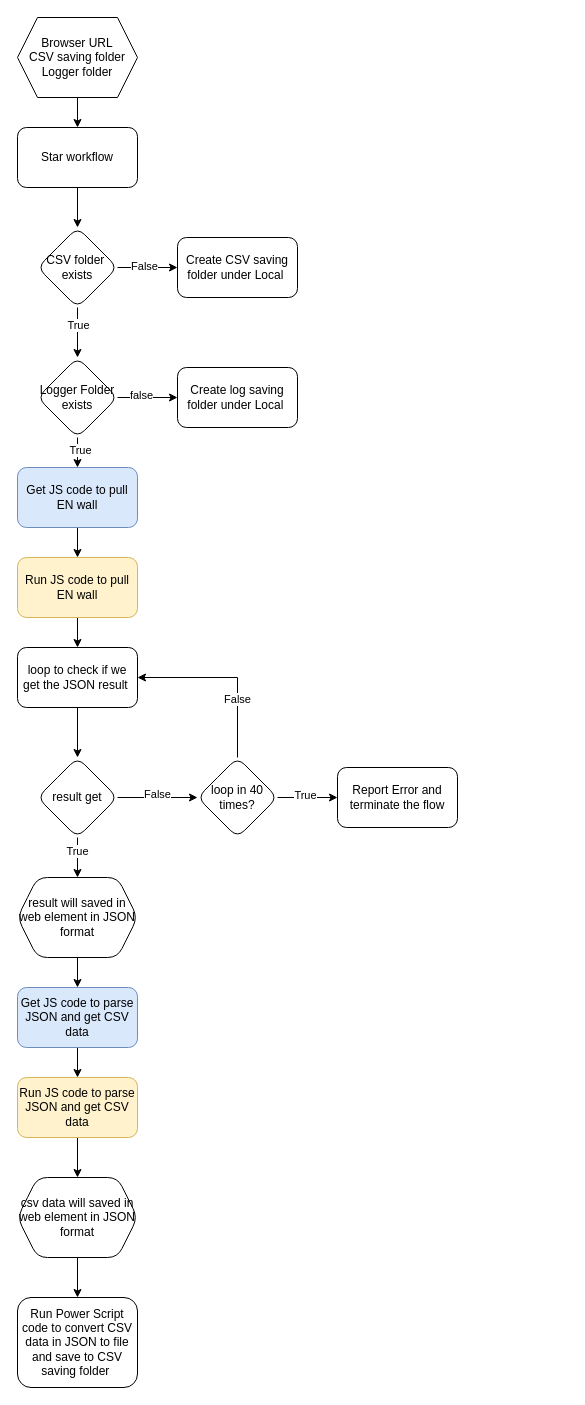
This is EN/data_extraction/prod/workflow.drawio from explorer2x/JS_EB, a draw.io file, before an edit. Source tidied: cells renumbered, new cells numbered last; positions are measured from the earlier drawing's top-left corner, leaving out a move shared by most shapes. Both pictures are drawn from the tidied source at 100%, with x=0, y=0 at pixel (17, 17).
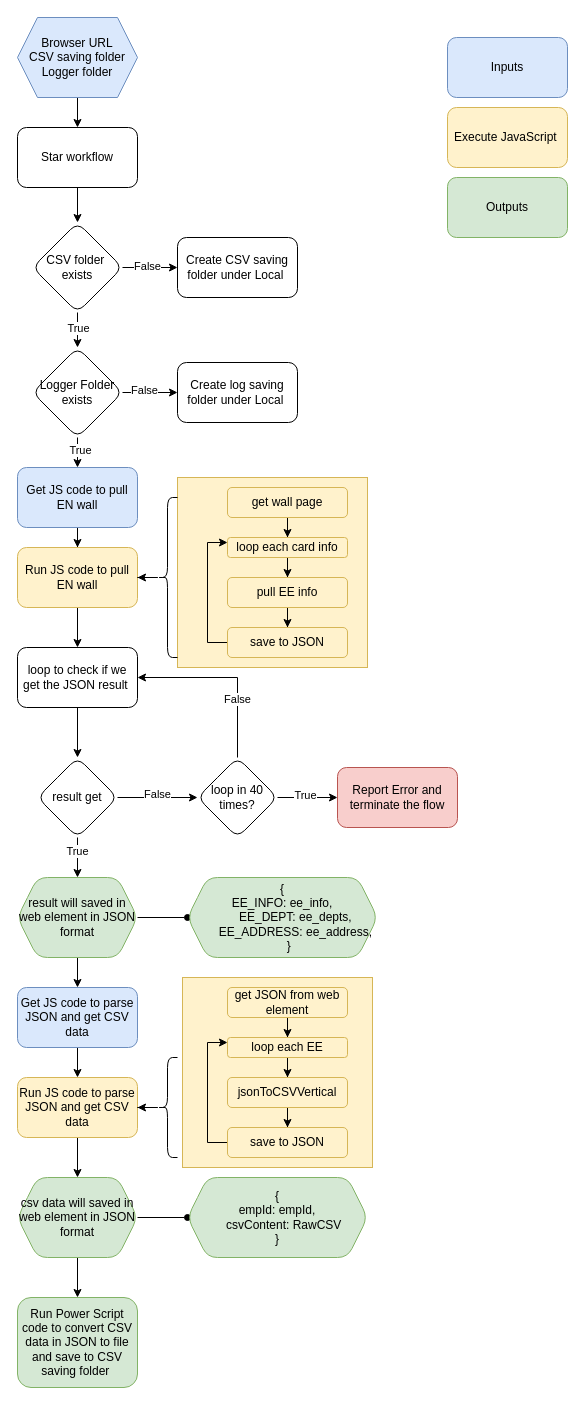
Above is the later version.

The change refers to these unchanged cells:
```xml
<mxCell id="12" style="edgeStyle=orthogonalEdgeStyle;rounded=0;jettySize=auto;html=1;" parent="1" edge="1" source="16" target="17">
  <mxGeometry relative="1" as="geometry" />
</mxCell>
<mxCell id="27" value="Run JS code to parse JSON and get CSV data" style="whiteSpace=wrap;html=1;rounded=1;fillColor=#fff2cc;strokeColor=#d6b656;" parent="1" vertex="1">
  <mxGeometry y="1060" width="120" height="60" as="geometry" />
</mxCell>
```

Diff of the diagram source:
```diff
@@
+    <mxCell id="44" value="&lt;div style=&quot;&quot;&gt;&lt;/div&gt;" style="rounded=0;whiteSpace=wrap;html=1;fillColor=#fff2cc;strokeColor=#d6b656;align=left;" parent="1" vertex="1">
+      <mxGeometry x="160" y="460" width="190" height="190" as="geometry" />
+    </mxCell>
@@
-    <mxCell id="5" value="Browser URL&lt;br&gt;CSV saving folder&lt;br&gt;Logger folder" style="shape=hexagon;perimeter=hexagonPerimeter2;whiteSpace=wrap;html=1;fixedSize=1;" parent="1" vertex="1">
+    <mxCell id="5" value="Browser URL&lt;br&gt;CSV saving folder&lt;br&gt;Logger folder" style="shape=hexagon;perimeter=hexagonPerimeter2;whiteSpace=wrap;html=1;fixedSize=1;fillColor=#dae8fc;strokeColor=#6c8ebf;" parent="1" vertex="1">
       <mxGeometry width="120" height="80" as="geometry" />
     </mxCell>
@@
     <mxCell id="10" value="CSV folder&amp;nbsp; exists" style="rhombus;whiteSpace=wrap;html=1;rounded=1;" parent="1" vertex="1">
-      <mxGeometry x="20" y="210" width="80" height="80" as="geometry" />
+      <mxGeometry x="15" y="205" width="90" height="90" as="geometry" />
     </mxCell>
@@
-    <mxCell id="13" value="false" style="edgeLabel;html=1;align=center;verticalAlign=middle;" parent="12" vertex="1">
+    <mxCell id="13" value="False" style="edgeLabel;html=1;align=center;verticalAlign=middle;" parent="12" vertex="1">
       <mxGeometry x="-0.23" y="3" relative="1" as="geometry" />
     </mxCell>
@@
     <mxCell id="16" value="Logger Folder exists" style="rhombus;whiteSpace=wrap;html=1;rounded=1;" parent="1" vertex="1">
-      <mxGeometry x="20" y="340" width="80" height="80" as="geometry" />
+      <mxGeometry x="15" y="330" width="90" height="90" as="geometry" />
     </mxCell>
     <mxCell id="17" value="Create log saving folder under Local&amp;nbsp;" style="whiteSpace=wrap;html=1;rounded=1;" parent="1" vertex="1">
-      <mxGeometry x="160" y="350" width="120" height="60" as="geometry" />
+      <mxGeometry x="160" y="345" width="120" height="60" as="geometry" />
     </mxCell>
@@
     <mxCell id="21" value="Run JS code to pull EN wall" style="whiteSpace=wrap;html=1;rounded=1;fillColor=#fff2cc;strokeColor=#d6b656;" parent="1" vertex="1">
-      <mxGeometry y="540" width="120" height="60" as="geometry" />
+      <mxGeometry y="530" width="120" height="60" as="geometry" />
     </mxCell>
@@
+    <mxCell id="45" style="rounded=0;jettySize=auto;html=1;endArrow=oval;endFill=1;" parent="1" edge="1" source="23" target="50">
+      <mxGeometry relative="1" as="geometry" />
+    </mxCell>
-    <mxCell id="23" value="result will saved in web element in JSON format" style="shape=hexagon;perimeter=hexagonPerimeter2;whiteSpace=wrap;html=1;fixedSize=1;rounded=1;" parent="1" vertex="1">
+    <mxCell id="23" value="result will saved in web element in JSON format" style="shape=hexagon;perimeter=hexagonPerimeter2;whiteSpace=wrap;html=1;fixedSize=1;rounded=1;fillColor=#d5e8d4;strokeColor=#82b366;" parent="1" vertex="1">
       <mxGeometry y="860" width="120" height="80" as="geometry" />
     </mxCell>
@@
+    <mxCell id="46" style="edgeStyle=orthogonalEdgeStyle;rounded=0;jettySize=auto;html=1;endArrow=oval;endFill=1;" parent="1" edge="1" source="29" target="51">
+      <mxGeometry relative="1" as="geometry" />
+    </mxCell>
-    <mxCell id="29" value="csv data will saved in web element in JSON format" style="shape=hexagon;perimeter=hexagonPerimeter2;whiteSpace=wrap;html=1;fixedSize=1;rounded=1;" parent="1" vertex="1">
+    <mxCell id="29" value="csv data will saved in web element in JSON format" style="shape=hexagon;perimeter=hexagonPerimeter2;whiteSpace=wrap;html=1;fixedSize=1;rounded=1;fillColor=#d5e8d4;strokeColor=#82b366;" parent="1" vertex="1">
       <mxGeometry y="1160" width="120" height="80" as="geometry" />
     </mxCell>
-    <mxCell id="30" value="Run Power Script code to convert CSV data in JSON to file and save to CSV saving folder&amp;nbsp;" style="whiteSpace=wrap;html=1;rounded=1;" parent="1" vertex="1">
+    <mxCell id="30" value="Run Power Script code to convert CSV data in JSON to file and save to CSV saving folder&amp;nbsp;" style="whiteSpace=wrap;html=1;rounded=1;fillColor=#d5e8d4;strokeColor=#82b366;" parent="1" vertex="1">
       <mxGeometry y="1280" width="120" height="90" as="geometry" />
     </mxCell>
@@
-    <mxCell id="43" value="Report Error and terminate the flow" style="whiteSpace=wrap;html=1;rounded=1;" parent="1" vertex="1">
+    <mxCell id="43" value="Report Error and terminate the flow" style="whiteSpace=wrap;html=1;rounded=1;fillColor=#f8cecc;strokeColor=#b85450;" parent="1" vertex="1">
       <mxGeometry x="320" y="750" width="120" height="60" as="geometry" />
     </mxCell>
+    <mxCell id="47" value="Inputs" style="rounded=1;whiteSpace=wrap;html=1;fillColor=#dae8fc;strokeColor=#6c8ebf;" parent="1" vertex="1">
+      <mxGeometry x="430" y="20" width="120" height="60" as="geometry" />
+    </mxCell>
+    <mxCell id="48" value="Execute JavaScript&amp;nbsp;" style="rounded=1;whiteSpace=wrap;html=1;fillColor=#fff2cc;strokeColor=#d6b656;" parent="1" vertex="1">
+      <mxGeometry x="430" y="90" width="120" height="60" as="geometry" />
+    </mxCell>
+    <mxCell id="49" value="Outputs" style="rounded=1;whiteSpace=wrap;html=1;fillColor=#d5e8d4;strokeColor=#82b366;" parent="1" vertex="1">
+      <mxGeometry x="430" y="160" width="120" height="60" as="geometry" />
+    </mxCell>
+    <mxCell id="50" value="&lt;div&gt;{&lt;/div&gt;&lt;div&gt;EE_INFO: ee_info,&lt;span style=&quot;&quot;&gt;&lt;/span&gt;&lt;/div&gt;&lt;div&gt;&lt;span style=&quot;&quot;&gt;&lt;span style=&quot;&quot;&gt;&lt;span style=&quot;white-space: pre;&quot;&gt;&amp;nbsp;&amp;nbsp;&amp;nbsp;&amp;nbsp;&lt;/span&gt;&lt;span style=&quot;white-space: pre;&quot;&gt;&amp;nbsp;&amp;nbsp;&amp;nbsp;&amp;nbsp;&lt;/span&gt;&lt;/span&gt;EE_DEPT: ee_depts,&lt;/span&gt;&lt;/div&gt;&lt;div&gt;&lt;span style=&quot;&quot;&gt;&lt;span style=&quot;&quot;&gt;&lt;span style=&quot;white-space: pre;&quot;&gt;&amp;nbsp;&amp;nbsp;&amp;nbsp;&amp;nbsp;&lt;/span&gt;&lt;span style=&quot;white-space: pre;&quot;&gt;&amp;nbsp;&amp;nbsp;&amp;nbsp;&amp;nbsp;&lt;/span&gt;&lt;/span&gt;EE_ADDRESS: ee_address,&lt;/span&gt;&lt;/div&gt;&lt;div&gt;&lt;span style=&quot;&quot;&gt;&lt;span style=&quot;&quot;&gt;&lt;span style=&quot;white-space: pre;&quot;&gt;&amp;nbsp;&amp;nbsp;&amp;nbsp;&amp;nbsp;&lt;/span&gt;&lt;/span&gt;}&lt;/span&gt;&lt;/div&gt;" style="shape=hexagon;perimeter=hexagonPerimeter2;whiteSpace=wrap;html=1;fixedSize=1;rounded=1;fillColor=#d5e8d4;strokeColor=#82b366;" parent="1" vertex="1">
+      <mxGeometry x="170" y="860" width="190" height="80" as="geometry" />
+    </mxCell>
+    <mxCell id="51" value="&lt;div&gt;{&lt;/div&gt;&lt;div&gt;empId: empId,&lt;span style=&quot;&quot;&gt;&lt;/span&gt;&lt;/div&gt;&lt;div&gt;&lt;span style=&quot;&quot;&gt;&lt;span style=&quot;&quot;&gt;&lt;span style=&quot;white-space: pre;&quot;&gt;&amp;nbsp;&amp;nbsp;&amp;nbsp;&amp;nbsp;&lt;/span&gt;&lt;/span&gt;csvContent: RawCSV&lt;/span&gt;&lt;/div&gt;&lt;div&gt;}&lt;/div&gt;" style="shape=hexagon;perimeter=hexagonPerimeter2;whiteSpace=wrap;html=1;fixedSize=1;rounded=1;fillColor=#d5e8d4;strokeColor=#82b366;" parent="1" vertex="1">
+      <mxGeometry x="170" y="1160" width="180" height="80" as="geometry" />
+    </mxCell>
+    <mxCell id="52" style="edgeStyle=orthogonalEdgeStyle;rounded=0;jettySize=auto;html=1;" parent="1" edge="1" source="53" target="55">
+      <mxGeometry relative="1" as="geometry" />
+    </mxCell>
+    <mxCell id="53" value="get wall page" style="whiteSpace=wrap;html=1;fillColor=#fff2cc;strokeColor=#d6b656;rounded=1;" parent="1" vertex="1">
+      <mxGeometry x="210" y="470" width="120" height="30" as="geometry" />
+    </mxCell>
+    <mxCell id="54" style="edgeStyle=orthogonalEdgeStyle;rounded=0;jettySize=auto;html=1;" parent="1" edge="1" source="55" target="57">
+      <mxGeometry relative="1" as="geometry" />
+    </mxCell>
+    <mxCell id="55" value="loop each card info" style="whiteSpace=wrap;html=1;fillColor=#fff2cc;strokeColor=#d6b656;rounded=1;" parent="1" vertex="1">
+      <mxGeometry x="210" y="520" width="120" height="20" as="geometry" />
+    </mxCell>
+    <mxCell id="56" style="edgeStyle=orthogonalEdgeStyle;rounded=0;jettySize=auto;html=1;" parent="1" edge="1" source="57" target="59">
+      <mxGeometry relative="1" as="geometry" />
+    </mxCell>
+    <mxCell id="57" value="pull EE info" style="whiteSpace=wrap;html=1;fillColor=#fff2cc;strokeColor=#d6b656;rounded=1;" parent="1" vertex="1">
+      <mxGeometry x="210" y="560" width="120" height="30" as="geometry" />
+    </mxCell>
+    <mxCell id="58" style="edgeStyle=orthogonalEdgeStyle;rounded=0;jettySize=auto;html=1;entryX=0;entryY=0.25;entryDx=0;entryDy=0;" parent="1" edge="1" source="59" target="55">
+      <mxGeometry relative="1" as="geometry">
+        <Array as="points">
+          <mxPoint x="190" y="625" />
+          <mxPoint x="190" y="525" />
+        </Array>
+      </mxGeometry>
+    </mxCell>
+    <mxCell id="59" value="save to JSON" style="whiteSpace=wrap;html=1;fillColor=#fff2cc;strokeColor=#d6b656;rounded=1;" parent="1" vertex="1">
+      <mxGeometry x="210" y="610" width="120" height="30" as="geometry" />
+    </mxCell>
+    <mxCell id="60" style="edgeStyle=orthogonalEdgeStyle;rounded=0;jettySize=auto;html=1;" parent="1" edge="1" source="61" target="21">
+      <mxGeometry relative="1" as="geometry" />
+    </mxCell>
+    <mxCell id="61" style="shape=curlyBracket;whiteSpace=wrap;html=1;rounded=1;labelPosition=left;verticalLabelPosition=middle;align=right;verticalAlign=middle;" parent="1" vertex="1">
+      <mxGeometry x="140" y="480" width="20" height="160" as="geometry" />
+    </mxCell>
+    <mxCell id="62" style="rounded=0;whiteSpace=wrap;html=1;fillColor=#fff2cc;strokeColor=#d6b656;" parent="1" vertex="1">
+      <mxGeometry x="165" y="960" width="190" height="190" as="geometry" />
+    </mxCell>
+    <mxCell id="63" style="edgeStyle=orthogonalEdgeStyle;rounded=0;jettySize=auto;html=1;" parent="1" edge="1" source="64" target="66">
+      <mxGeometry relative="1" as="geometry" />
+    </mxCell>
+    <mxCell id="64" value="get JSON from web element" style="whiteSpace=wrap;html=1;fillColor=#fff2cc;strokeColor=#d6b656;rounded=1;" parent="1" vertex="1">
+      <mxGeometry x="210" y="970" width="120" height="30" as="geometry" />
+    </mxCell>
+    <mxCell id="65" style="edgeStyle=orthogonalEdgeStyle;rounded=0;jettySize=auto;html=1;" parent="1" edge="1" source="66" target="68">
+      <mxGeometry relative="1" as="geometry" />
+    </mxCell>
+    <mxCell id="66" value="loop each EE" style="whiteSpace=wrap;html=1;fillColor=#fff2cc;strokeColor=#d6b656;rounded=1;" parent="1" vertex="1">
+      <mxGeometry x="210" y="1020" width="120" height="20" as="geometry" />
+    </mxCell>
+    <mxCell id="67" style="edgeStyle=orthogonalEdgeStyle;rounded=0;jettySize=auto;html=1;" parent="1" edge="1" source="68" target="70">
+      <mxGeometry relative="1" as="geometry" />
+    </mxCell>
+    <mxCell id="68" value="jsonToCSVVertical" style="whiteSpace=wrap;html=1;fillColor=#fff2cc;strokeColor=#d6b656;rounded=1;" parent="1" vertex="1">
+      <mxGeometry x="210" y="1060" width="120" height="30" as="geometry" />
+    </mxCell>
+    <mxCell id="69" style="edgeStyle=orthogonalEdgeStyle;rounded=0;jettySize=auto;html=1;entryX=0;entryY=0.25;entryDx=0;entryDy=0;" parent="1" edge="1" source="70" target="66">
+      <mxGeometry relative="1" as="geometry">
+        <Array as="points">
+          <mxPoint x="190" y="1125" />
+          <mxPoint x="190" y="1025" />
+        </Array>
+      </mxGeometry>
+    </mxCell>
+    <mxCell id="70" value="save to JSON" style="whiteSpace=wrap;html=1;fillColor=#fff2cc;strokeColor=#d6b656;rounded=1;" parent="1" vertex="1">
+      <mxGeometry x="210" y="1110" width="120" height="30" as="geometry" />
+    </mxCell>
+    <mxCell id="71" style="edgeStyle=orthogonalEdgeStyle;rounded=0;jettySize=auto;html=1;" parent="1" edge="1" source="72" target="27">
+      <mxGeometry relative="1" as="geometry" />
+    </mxCell>
+    <mxCell id="72" style="shape=curlyBracket;whiteSpace=wrap;html=1;rounded=1;labelPosition=left;verticalLabelPosition=middle;align=right;verticalAlign=middle;" parent="1" vertex="1">
+      <mxGeometry x="140" y="1040" width="20" height="100" as="geometry" />
+    </mxCell>
```
